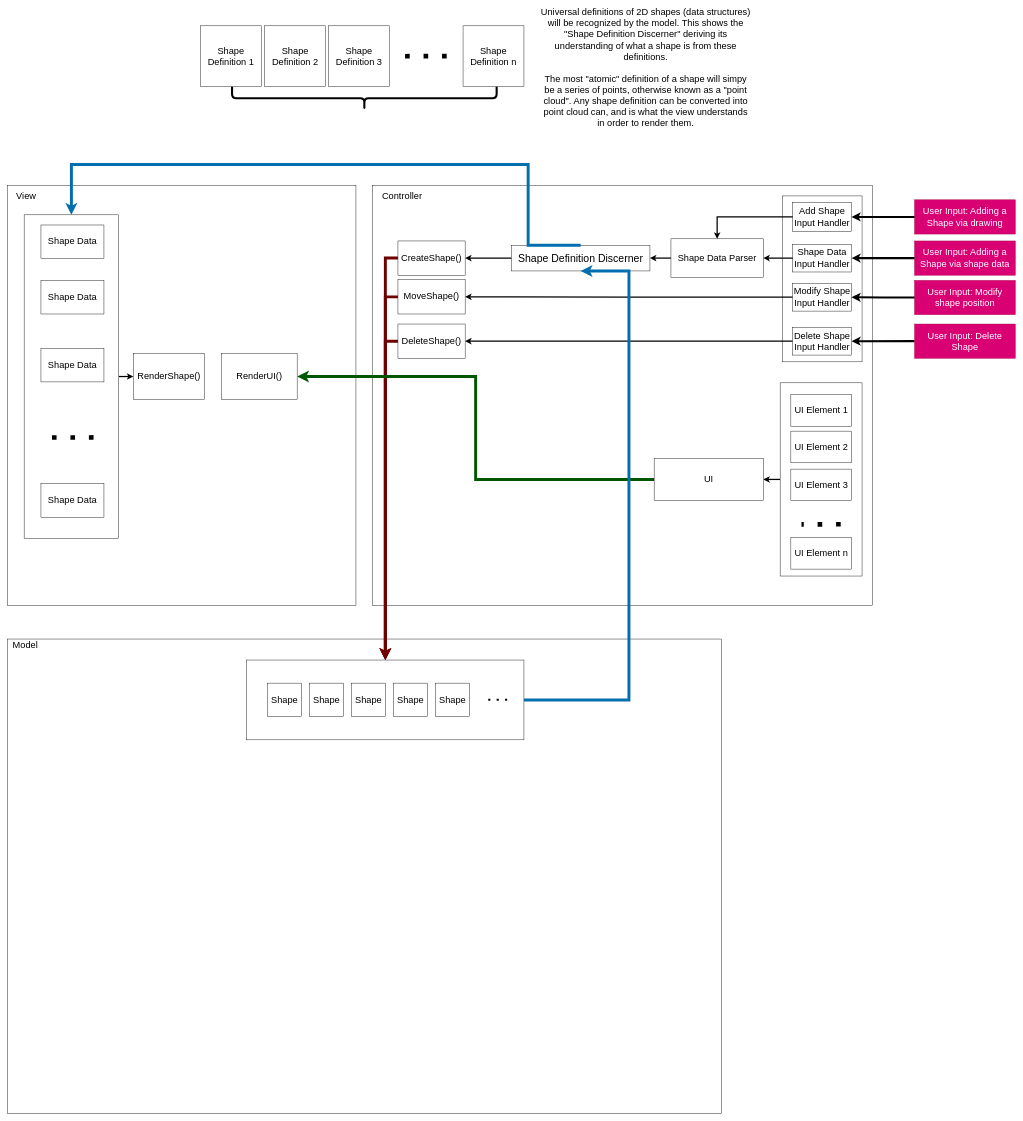
This is documentation/Architectural Diagrams/View Architecture.drawio from Argyraspides/Telos, a draw.io file, before an edit. Source tidied: cells renumbered, new cells numbered last; positions are measured from the earlier drawing's top-left corner, leaving out a move shared by most shapes. Both pictures are drawn from the tidied source at 42%, with x=0, y=0 at pixel (7, 8).
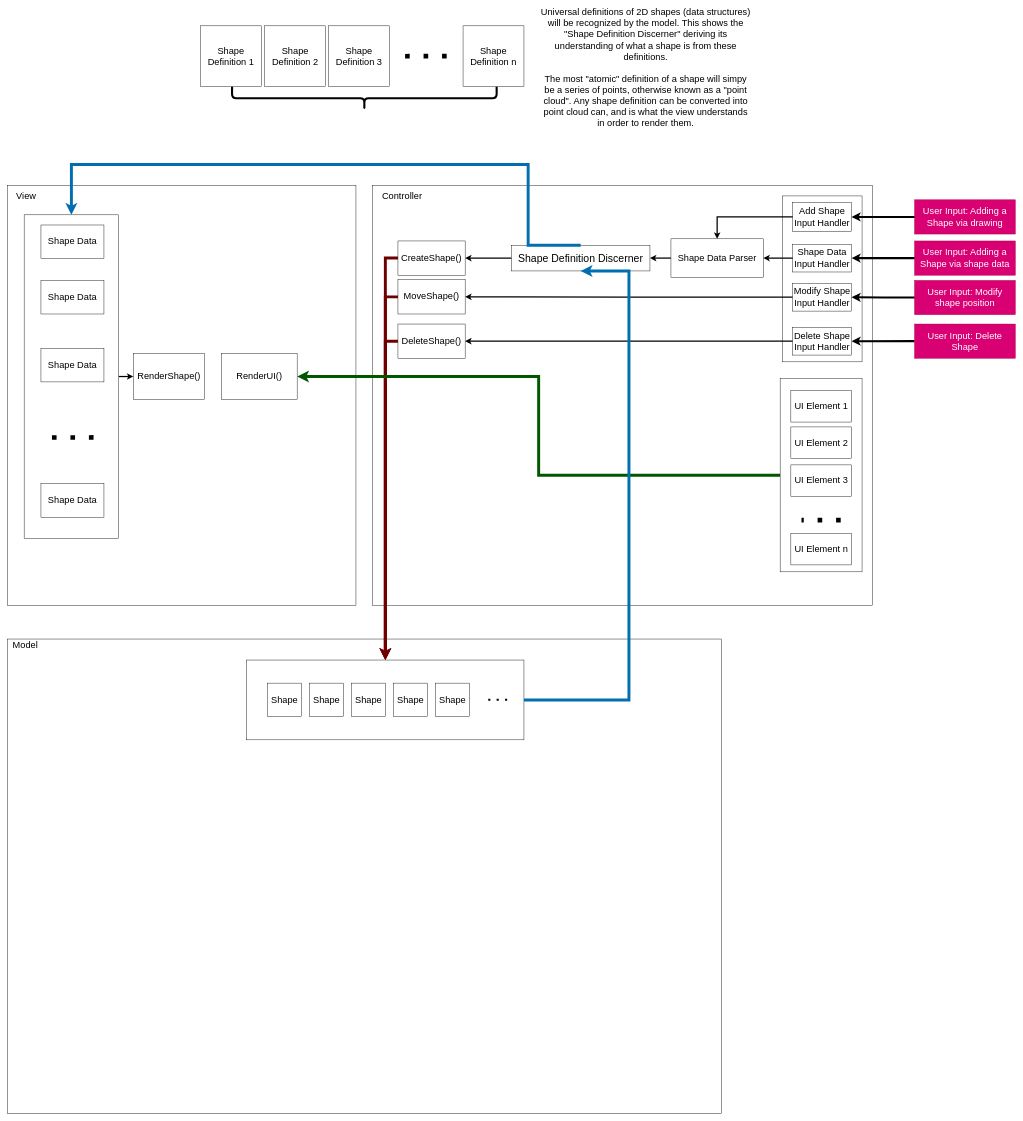
The same diagram, later.

The change refers to these unchanged cells:
```xml
<mxCell id="61" value="&lt;font style=&quot;font-size: 22px;&quot;&gt;RenderUI()&lt;/font&gt;" style="rounded=0;whiteSpace=wrap;html=1;" parent="1" vertex="1">
  <mxGeometry x="510" y="821" width="180" height="110" as="geometry" />
</mxCell>
<mxCell id="66" style="rounded=0;whiteSpace=wrap;html=1;" parent="65" vertex="1">
  <mxGeometry width="195" height="460" as="geometry" />
</mxCell>
```

Diff of the diagram source:
```diff
@@
-    <mxCell id="62" style="edgeStyle=orthogonalEdgeStyle;rounded=0;jettySize=auto;html=1;exitX=0;exitY=0.5;exitDx=0;exitDy=0;entryX=1;entryY=0.5;entryDx=0;entryDy=0;strokeWidth=3;" parent="1" edge="1" source="66" target="64">
-      <mxGeometry relative="1" as="geometry" />
-    </mxCell>
-    <mxCell id="63" style="edgeStyle=orthogonalEdgeStyle;rounded=0;jettySize=auto;html=1;exitX=0;exitY=0.5;exitDx=0;exitDy=0;entryX=1;entryY=0.5;entryDx=0;entryDy=0;strokeWidth=7;fillColor=#008a00;strokeColor=#005700;" parent="1" edge="1" source="64" target="61">
+    <mxCell id="63" style="edgeStyle=orthogonalEdgeStyle;rounded=0;jettySize=auto;html=1;exitX=0;exitY=0.5;exitDx=0;exitDy=0;entryX=1;entryY=0.5;entryDx=0;entryDy=0;strokeWidth=7;fillColor=#008a00;strokeColor=#005700;" parent="1" edge="1" source="66" target="61">
       <mxGeometry relative="1" as="geometry" />
     </mxCell>
-    <mxCell id="64" value="UI" style="rounded=0;whiteSpace=wrap;html=1;fontSize=22;" parent="1" vertex="1">
-      <mxGeometry x="1540" y="1071" width="260" height="100" as="geometry" />
-    </mxCell>
     <mxCell id="65" style="group;" parent="1" vertex="1">
-      <mxGeometry x="1840" y="891" width="195" height="460" as="geometry" />
+      <mxGeometry x="1840" y="881" width="195" height="460" as="geometry" />
     </mxCell>
```
